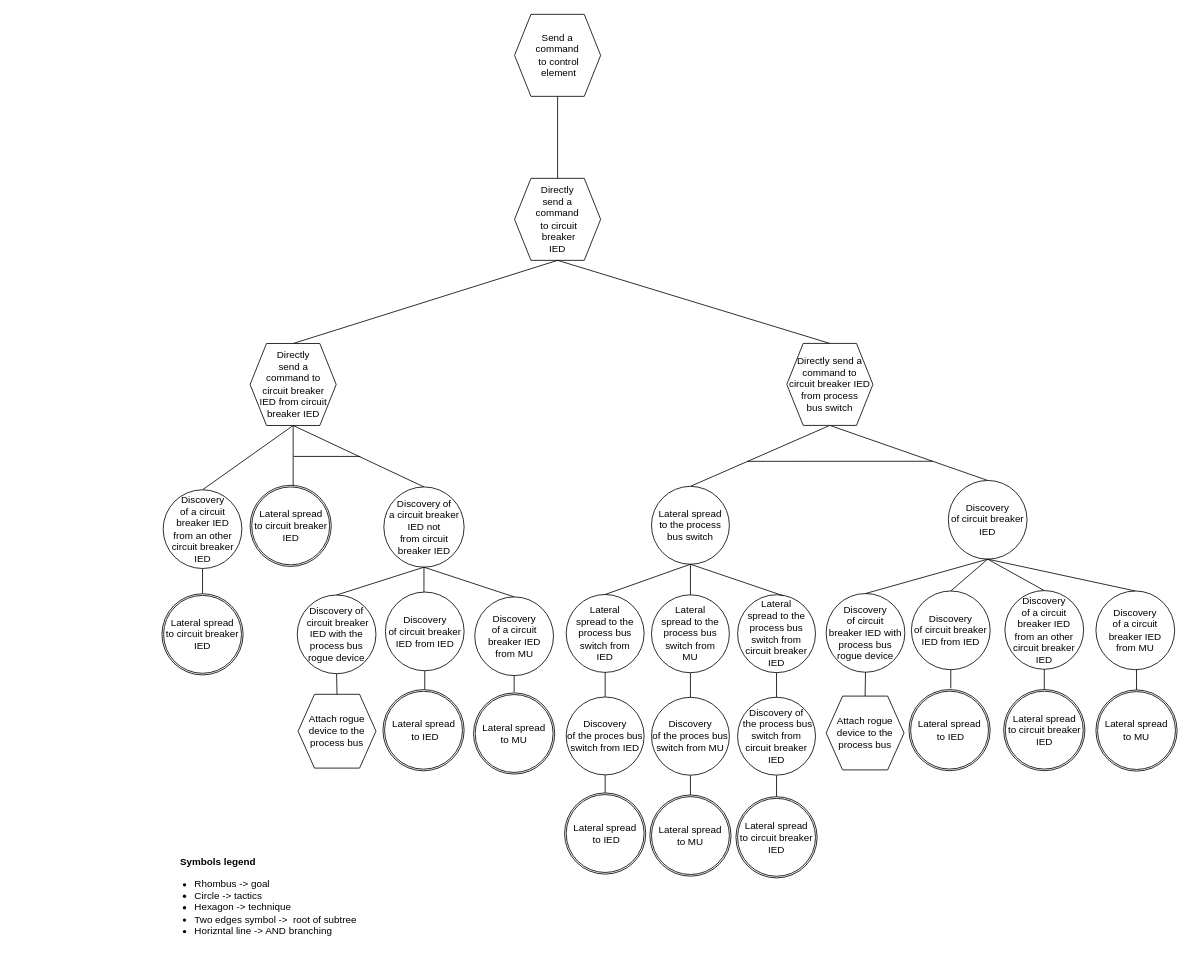
mihaelM/Attack_trees keeps this draw.io diagram as drawIO_trees/solution_5_2_2.drawio. Above is the earlier version. Source tidied: cells renumbered, new cells numbered last; positions are measured from the earlier drawing's top-left corner, leaving out a move shared by most shapes. Both pictures are drawn from the tidied source at 82%, with x=0, y=0 at pixel (160, 14).
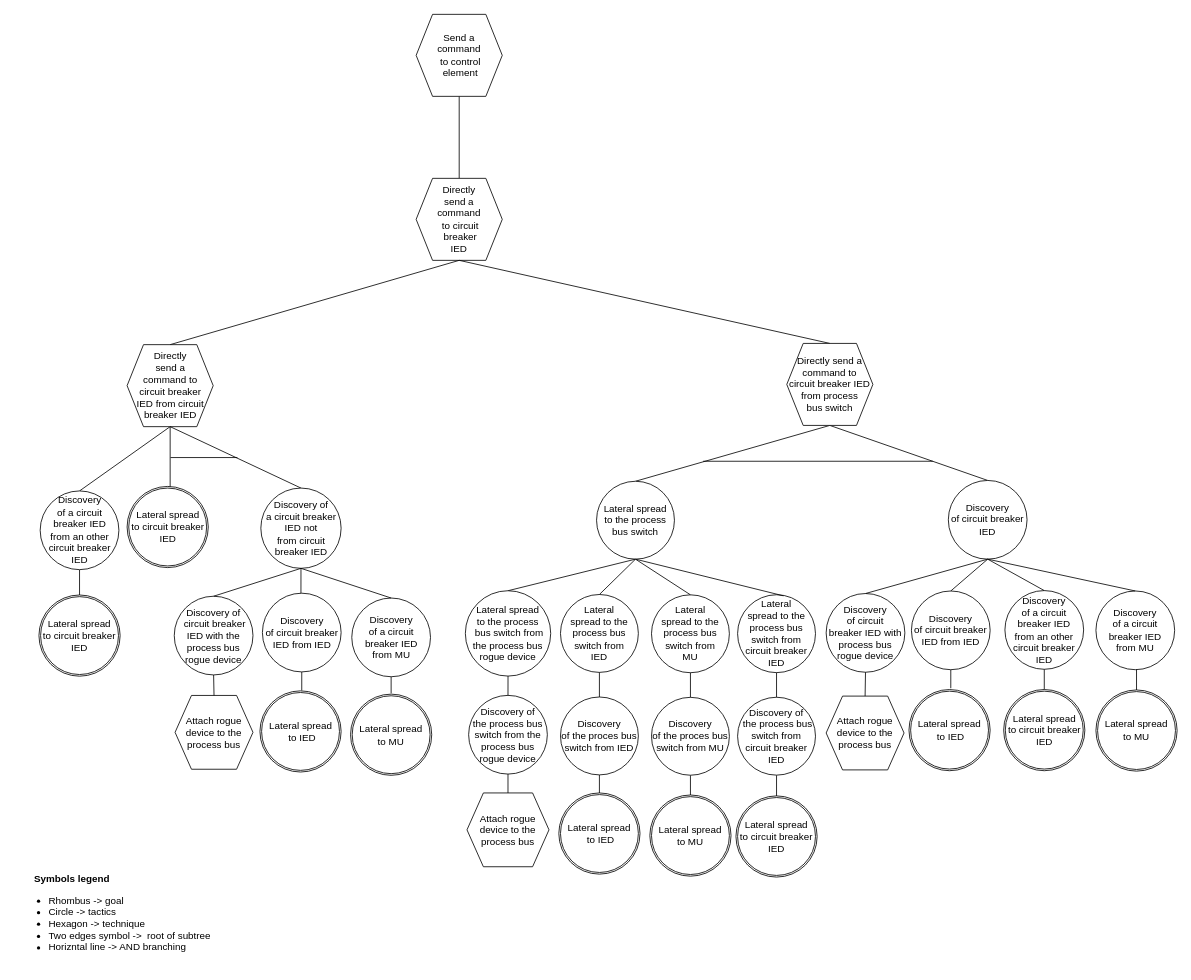
The same page after the edit.

The change refers to these unchanged cells:
```xml
<mxCell id="50" value="Lateral&lt;br&gt;&amp;nbsp;spread to the&amp;nbsp;&lt;br&gt;process bus switch from &lt;br&gt;MU" style="ellipse;whiteSpace=wrap;html=1;" parent="1" vertex="1">
  <mxGeometry x="599" y="707.9" width="95" height="95" as="geometry" />
</mxCell>
```

The edit, as a diff of the source:
```diff
@@
     <mxCell id="3" value="&lt;span style=&quot;font-family: &amp;#34;helvetica&amp;#34;&quot;&gt;Send a&lt;/span&gt;&lt;br style=&quot;font-family: &amp;#34;helvetica&amp;#34;&quot;&gt;&lt;span style=&quot;font-family: &amp;#34;helvetica&amp;#34;&quot;&gt;command&lt;/span&gt;&lt;br style=&quot;font-family: &amp;#34;helvetica&amp;#34;&quot;&gt;&lt;span style=&quot;font-family: &amp;#34;helvetica&amp;#34;&quot;&gt;&amp;nbsp;to control&lt;/span&gt;&lt;br style=&quot;font-family: &amp;#34;helvetica&amp;#34;&quot;&gt;&lt;span style=&quot;font-family: &amp;#34;helvetica&amp;#34;&quot;&gt;&amp;nbsp;element&lt;/span&gt;" style="shape=hexagon;perimeter=hexagonPerimeter2;whiteSpace=wrap;html=1;fixedSize=1;" parent="1" vertex="1">
-      <mxGeometry x="432" width="105" height="100" as="geometry" />
+      <mxGeometry x="312" width="105" height="100" as="geometry" />
     </mxCell>
     <mxCell id="4" value="Directly&lt;br&gt;send a&lt;br&gt;command&lt;br&gt;&amp;nbsp;to circuit &lt;br&gt;&amp;nbsp;breaker&lt;br&gt;IED" style="shape=hexagon;perimeter=hexagonPerimeter2;whiteSpace=wrap;html=1;fixedSize=1;" parent="1" vertex="1">
-      <mxGeometry x="432" y="200" width="105" height="100" as="geometry" />
+      <mxGeometry x="312" y="200" width="105" height="100" as="geometry" />
     </mxCell>
     <mxCell id="5" value="&lt;font style=&quot;font-size: 12px&quot;&gt;Symbols legend&lt;/font&gt;" style="text;strokeColor=none;fillColor=none;html=1;fontSize=24;fontStyle=1;verticalAlign=middle;align=center;" parent="1" vertex="1">
-      <mxGeometry x="20" y="1010" width="100" height="40" as="geometry" />
+      <mxGeometry x="-158" y="1030" width="100" height="40" as="geometry" />
     </mxCell>
     <mxCell id="6" value="&lt;ul&gt;&lt;li&gt;&lt;span&gt;Rhombus -&amp;gt; goal&lt;/span&gt;&lt;/li&gt;&lt;li&gt;&lt;span&gt;Circle -&amp;gt; tactics&lt;/span&gt;&lt;br&gt;&lt;/li&gt;&lt;li&gt;Hexagon -&amp;gt; technique&lt;/li&gt;&lt;li&gt;Two edges symbol -&amp;gt;&amp;nbsp; root of subtree&amp;nbsp;&lt;/li&gt;&lt;li&gt;Horizntal line -&amp;gt; AND branching&lt;/li&gt;&lt;/ul&gt;" style="text;strokeColor=none;fillColor=none;html=1;whiteSpace=wrap;verticalAlign=middle;overflow=hidden;fontSize=12;" parent="1" vertex="1">
-      <mxGeometry y="1038.3" width="256" height="101.7" as="geometry" />
+      <mxGeometry x="-178" y="1058.3" width="256" height="101.7" as="geometry" />
     </mxCell>
@@
     <mxCell id="9" style="endArrow=none;html=1;rounded=0;" parent="1" edge="1">
       <mxGeometry relative="1" as="geometry">
-        <mxPoint x="716" y="545.1" as="sourcePoint" />
+        <mxPoint x="662" y="545" as="sourcePoint" />
         <mxPoint x="942" y="545" as="targetPoint" />
       </mxGeometry>
     </mxCell>
@@
     <mxCell id="23" value="Discovery&lt;br&gt;of a circuit breaker IED &lt;br&gt;from an other circuit breaker IED" style="ellipse;whiteSpace=wrap;html=1;" parent="1" vertex="1">
-      <mxGeometry x="3.5" y="579.8" width="96" height="96" as="geometry" />
+      <mxGeometry x="-146.5" y="581.2" width="96" height="96" as="geometry" />
     </mxCell>
     <mxCell id="24" value="Directly&lt;br&gt;send a&lt;br&gt;command to&lt;br&gt;circuit breaker&lt;br&gt;IED from circuit breaker IED" style="shape=hexagon;perimeter=hexagonPerimeter2;whiteSpace=wrap;html=1;fixedSize=1;" parent="1" vertex="1">
-      <mxGeometry x="109.5" y="401.4" width="105" height="100" as="geometry" />
+      <mxGeometry x="-40.5" y="402.8" width="105" height="100" as="geometry" />
     </mxCell>
     <mxCell id="25" style="endArrow=none;html=1;rounded=0;entryX=0.5;entryY=0;entryDx=0;entryDy=0;exitX=0.5;exitY=1;exitDx=0;exitDy=0;" parent="1" edge="1" source="24">
       <mxGeometry relative="1" as="geometry">
-        <mxPoint x="162" y="578.7" as="targetPoint" />
+        <mxPoint x="12" y="580.1" as="targetPoint" />
       </mxGeometry>
     </mxCell>
@@
     <mxCell id="27" value="Attach rogue device to the process bus" style="shape=hexagon;perimeter=hexagonPerimeter2;whiteSpace=wrap;html=1;fixedSize=1;" parent="1" vertex="1">
-      <mxGeometry x="168" y="829.2" width="95" height="90" as="geometry" />
+      <mxGeometry x="18" y="830.6" width="95" height="90" as="geometry" />
     </mxCell>
     <mxCell id="28" value="Discovery of&lt;br&gt;&amp;nbsp;circuit breaker &lt;br&gt;IED with the process bus rogue device" style="ellipse;whiteSpace=wrap;html=1;" parent="1" vertex="1">
-      <mxGeometry x="167" y="708.1" width="96" height="96" as="geometry" />
+      <mxGeometry x="17" y="709.6" width="96" height="96" as="geometry" />
     </mxCell>
@@
     <mxCell id="30" style="endArrow=none;html=1;rounded=0;" parent="1" edge="1">
       <mxGeometry relative="1" as="geometry">
-        <mxPoint x="162.5" y="539.1" as="sourcePoint" />
-        <mxPoint x="244" y="539.1" as="targetPoint" />
+        <mxPoint x="12.5" y="540.5" as="sourcePoint" />
+        <mxPoint x="94" y="540.5" as="targetPoint" />
       </mxGeometry>
     </mxCell>
     <mxCell id="31" value="Discovery of&lt;br&gt;a circuit breaker IED not &lt;br&gt;from circuit breaker IED" style="ellipse;whiteSpace=wrap;html=1;" parent="1" vertex="1">
-      <mxGeometry x="272.6" y="576.3" width="97.9" height="97.9" as="geometry" />
+      <mxGeometry x="122.6" y="577.7" width="97.9" height="97.9" as="geometry" />
     </mxCell>
@@
     <mxCell id="37" style="endArrow=none;html=1;rounded=0;entryX=0.5;entryY=0;entryDx=0;entryDy=0;exitX=0.5;exitY=1;exitDx=0;exitDy=0;startArrow=none;" parent="1" edge="1" source="38">
       <mxGeometry relative="1" as="geometry">
-        <mxPoint x="322.5" y="823.2" as="targetPoint" />
+        <mxPoint x="172.5" y="824.6" as="targetPoint" />
       </mxGeometry>
     </mxCell>
     <mxCell id="38" value="Discovery&lt;br&gt;of circuit breaker IED from IED" style="ellipse;whiteSpace=wrap;html=1;" parent="1" vertex="1">
-      <mxGeometry x="274.5" y="704.5" width="96" height="96" as="geometry" />
+      <mxGeometry x="124.5" y="705.9" width="96" height="96" as="geometry" />
     </mxCell>
     <mxCell id="39" style="endArrow=none;html=1;rounded=0;exitX=0.5;exitY=1;exitDx=0;exitDy=0;startArrow=none;" parent="1" edge="1" source="31">
       <mxGeometry relative="1" as="geometry">
-        <mxPoint x="321.5" y="704.5" as="targetPoint" />
+        <mxPoint x="171.5" y="705.9" as="targetPoint" />
       </mxGeometry>
     </mxCell>
     <mxCell id="40" style="endArrow=none;html=1;rounded=0;exitX=0.5;exitY=1;exitDx=0;exitDy=0;entryX=0.5;entryY=0;entryDx=0;entryDy=0;" parent="1" edge="1" source="41">
       <mxGeometry relative="1" as="geometry">
-        <mxPoint x="431.5" y="826.5" as="targetPoint" />
+        <mxPoint x="281.5" y="828" as="targetPoint" />
       </mxGeometry>
     </mxCell>
     <mxCell id="41" value="Discovery&lt;br&gt;of a circuit breaker IED &lt;br&gt;from MU" style="ellipse;whiteSpace=wrap;html=1;" parent="1" vertex="1">
-      <mxGeometry x="383.5" y="710.4" width="96" height="96" as="geometry" />
+      <mxGeometry x="233.5" y="711.8" width="96" height="96" as="geometry" />
     </mxCell>
@@
     <mxCell id="43" style="endArrow=none;html=1;rounded=0;exitX=0.5;exitY=1;exitDx=0;exitDy=0;" parent="1" edge="1" source="44">
       <mxGeometry relative="1" as="geometry">
-        <mxPoint x="542.5" y="953.8" as="targetPoint" />
+        <mxPoint x="535.5" y="953.8" as="targetPoint" />
       </mxGeometry>
     </mxCell>
     <mxCell id="44" value="Discovery&lt;br&gt;of the proces bus switch from IED" style="ellipse;whiteSpace=wrap;html=1;" parent="1" vertex="1">
-      <mxGeometry x="495" y="832.5" width="95" height="95" as="geometry" />
+      <mxGeometry x="488" y="832.5" width="95" height="95" as="geometry" />
     </mxCell>
     <mxCell id="45" value="Lateral&lt;br&gt;&amp;nbsp;spread to the&amp;nbsp;&lt;br&gt;process bus switch from &lt;br&gt;IED" style="ellipse;whiteSpace=wrap;html=1;" parent="1" vertex="1">
-      <mxGeometry x="495" y="707.5" width="95" height="95" as="geometry" />
+      <mxGeometry x="488" y="707.5" width="95" height="95" as="geometry" />
     </mxCell>
@@
-    <mxCell id="52" style="endArrow=none;html=1;rounded=0;entryX=0.5;entryY=1;entryDx=0;entryDy=0;" parent="1" edge="1" source="50" target="53">
+    <mxCell id="52" style="endArrow=none;html=1;rounded=0;entryX=0.5;entryY=1;entryDx=0;entryDy=0;exitX=0.5;exitY=0;exitDx=0;exitDy=0;" parent="1" edge="1" source="50" target="53">
       <mxGeometry relative="1" as="geometry" />
     </mxCell>
     <mxCell id="53" value="Lateral spread &lt;br&gt;to the process bus switch" style="ellipse;whiteSpace=wrap;html=1;" parent="1" vertex="1">
-      <mxGeometry x="599" y="575.6" width="95" height="95" as="geometry" />
+      <mxGeometry x="532" y="569.4" width="95" height="95" as="geometry" />
     </mxCell>
@@
     <mxCell id="59" style="ellipse;whiteSpace=wrap;html=1;" parent="1" vertex="1">
-      <mxGeometry x="2" y="706.6" width="99" height="99" as="geometry" />
+      <mxGeometry x="-148" y="708.1" width="99" height="99" as="geometry" />
     </mxCell>
     <mxCell id="60" value="Lateral spread&lt;br&gt;to circuit breaker IED" style="ellipse;whiteSpace=wrap;html=1;" parent="1" vertex="1">
-      <mxGeometry x="4" y="708.6" width="95" height="95" as="geometry" />
+      <mxGeometry x="-146" y="710.1" width="95" height="95" as="geometry" />
     </mxCell>
     <mxCell id="61" style="ellipse;whiteSpace=wrap;html=1;" parent="1" vertex="1">
-      <mxGeometry x="109.5" y="574.3" width="99" height="99" as="geometry" />
+      <mxGeometry x="-40.5" y="575.7" width="99" height="99" as="geometry" />
     </mxCell>
     <mxCell id="62" value="Lateral spread&lt;br&gt;to circuit breaker IED" style="ellipse;whiteSpace=wrap;html=1;" parent="1" vertex="1">
-      <mxGeometry x="111.5" y="576.3" width="95" height="95" as="geometry" />
+      <mxGeometry x="-38.5" y="577.7" width="95" height="95" as="geometry" />
     </mxCell>
     <mxCell id="63" style="ellipse;whiteSpace=wrap;html=1;" parent="1" vertex="1">
-      <mxGeometry x="271.5" y="823.5" width="99" height="99" as="geometry" />
+      <mxGeometry x="121.5" y="825" width="99" height="99" as="geometry" />
     </mxCell>
     <mxCell id="64" value="Lateral spread&lt;br&gt;&amp;nbsp;to IED" style="ellipse;whiteSpace=wrap;html=1;" parent="1" vertex="1">
-      <mxGeometry x="273.5" y="825.5" width="95" height="95" as="geometry" />
+      <mxGeometry x="123.5" y="827" width="95" height="95" as="geometry" />
     </mxCell>
     <mxCell id="65" style="ellipse;whiteSpace=wrap;html=1;" parent="1" vertex="1">
-      <mxGeometry x="382" y="827.5" width="99" height="99" as="geometry" />
+      <mxGeometry x="232" y="829" width="99" height="99" as="geometry" />
     </mxCell>
     <mxCell id="66" value="Lateral spread &lt;br&gt;to MU" style="ellipse;whiteSpace=wrap;html=1;" parent="1" vertex="1">
-      <mxGeometry x="384" y="829.5" width="95" height="95" as="geometry" />
+      <mxGeometry x="234" y="831" width="95" height="95" as="geometry" />
     </mxCell>
     <mxCell id="67" style="ellipse;whiteSpace=wrap;html=1;" parent="1" vertex="1">
-      <mxGeometry x="493" y="949.5" width="99" height="99" as="geometry" />
+      <mxGeometry x="486" y="949.5" width="99" height="99" as="geometry" />
     </mxCell>
     <mxCell id="68" value="Lateral spread&lt;br&gt;&amp;nbsp;to IED" style="ellipse;whiteSpace=wrap;html=1;" parent="1" vertex="1">
-      <mxGeometry x="495" y="951.5" width="95" height="95" as="geometry" />
+      <mxGeometry x="488" y="951.5" width="95" height="95" as="geometry" />
     </mxCell>
@@
     <mxCell id="71" style="ellipse;whiteSpace=wrap;html=1;" parent="1" vertex="1">
-      <mxGeometry x="702" y="954.1" width="99" height="99" as="geometry" />
+      <mxGeometry x="702" y="953.1" width="99" height="99" as="geometry" />
     </mxCell>
     <mxCell id="72" value="Lateral spread&lt;br&gt;to circuit breaker IED" style="ellipse;whiteSpace=wrap;html=1;" parent="1" vertex="1">
-      <mxGeometry x="704" y="956.1" width="95" height="95" as="geometry" />
+      <mxGeometry x="704" y="955.1" width="95" height="95" as="geometry" />
     </mxCell>
@@
+    <mxCell id="81" style="endArrow=none;html=1;rounded=0;entryX=0.5;entryY=0;entryDx=0;entryDy=0;exitX=0.5;exitY=1;exitDx=0;exitDy=0;" parent="1" edge="1" source="53" target="82">
+      <mxGeometry relative="1" as="geometry" />
+    </mxCell>
+    <mxCell id="82" value="Lateral spread &lt;br&gt;to the process&lt;br&gt;&amp;nbsp;bus switch from the process bus &lt;br&gt;rogue device" style="ellipse;whiteSpace=wrap;html=1;" parent="1" vertex="1">
+      <mxGeometry x="372" y="702.9" width="104.1" height="104.1" as="geometry" />
+    </mxCell>
+    <mxCell id="83" value="Discovery of &lt;br&gt;the process bus switch from the process bus&lt;br&gt;rogue device" style="ellipse;whiteSpace=wrap;html=1;" parent="1" vertex="1">
+      <mxGeometry x="376" y="830.5" width="96" height="96" as="geometry" />
+    </mxCell>
+    <mxCell id="84" value="Attach rogue device to the process bus" style="shape=hexagon;perimeter=hexagonPerimeter2;whiteSpace=wrap;html=1;fixedSize=1;" parent="1" vertex="1">
+      <mxGeometry x="374" y="949.5" width="100" height="90" as="geometry" />
+    </mxCell>
+    <mxCell id="85" style="endArrow=none;html=1;rounded=0;entryX=0.5;entryY=1;entryDx=0;entryDy=0;" parent="1" edge="1" source="84" target="83">
+      <mxGeometry relative="1" as="geometry" />
+    </mxCell>
+    <mxCell id="86" style="endArrow=none;html=1;rounded=0;exitX=0.5;exitY=0;exitDx=0;exitDy=0;" parent="1" edge="1" source="83" target="82">
+      <mxGeometry relative="1" as="geometry" />
+    </mxCell>
```
